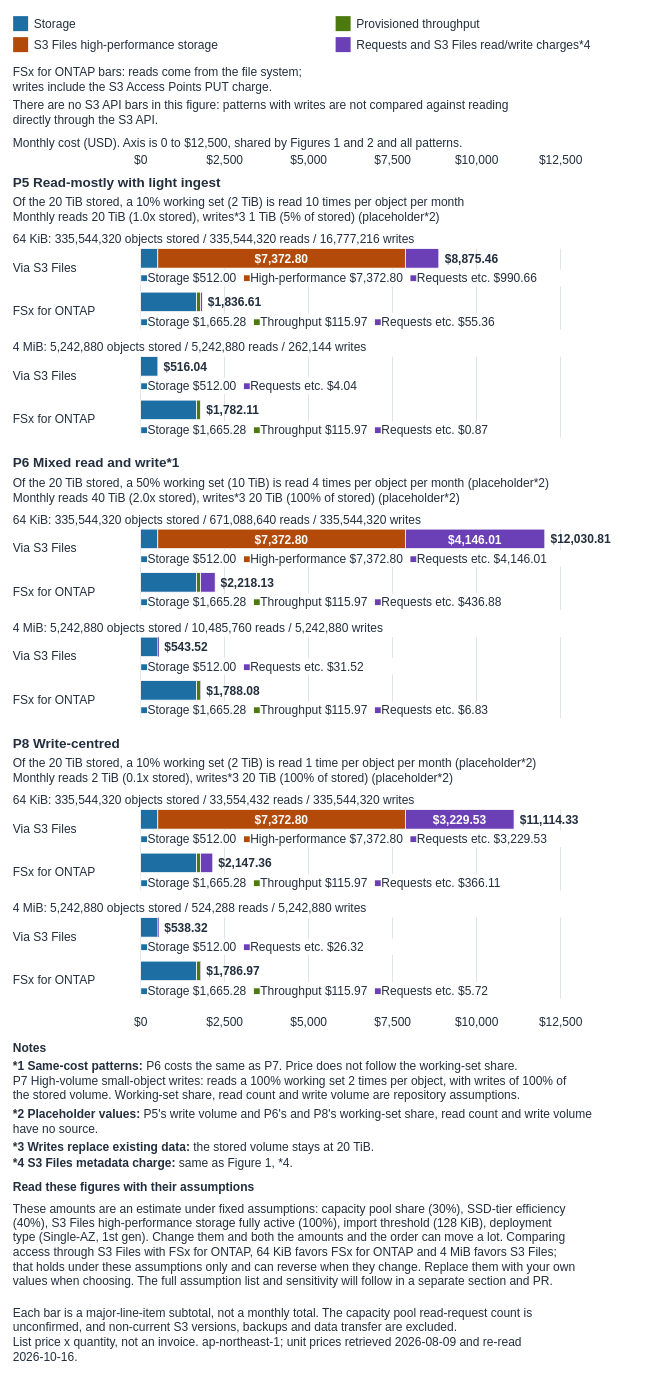
Yoshiki0705/S3-Burst-on-ONTAP-Files keeps this draw.io diagram as docs/_assets/diagrams/s3burst-s3files-cost-structure-writes-en.drawio. Above is the earlier version. Source tidied: cells renumbered, new cells numbered last; positions are measured from the earlier drawing's top-left corner, leaving out a move shared by most shapes. Both pictures are drawn from the tidied source at 75%, with x=0, y=0 at pixel (13, 13).
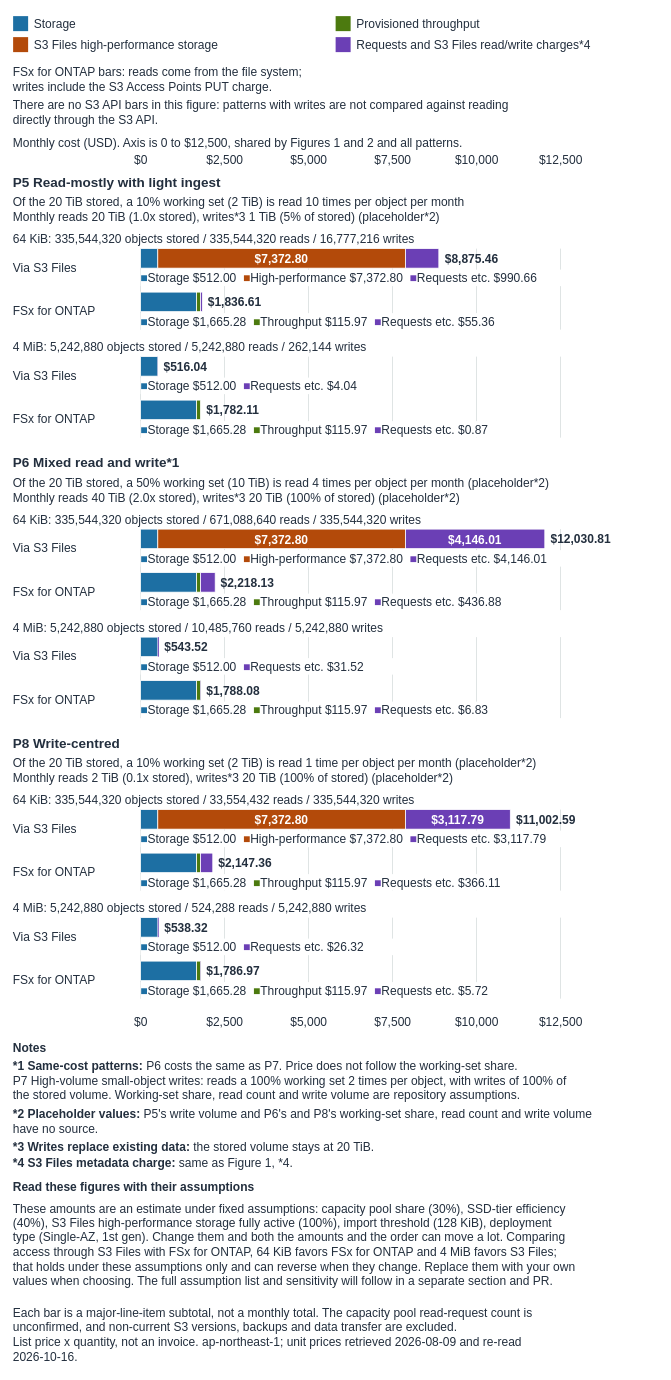
The same diagram, later.

The edit, as a diff of the source:
```diff
@@
-    <mxCell id="115" value="$3,229.53" style="rounded=0;whiteSpace=nowrap;html=0;fillColor=#6B3FB5;strokeColor=#FFFFFF;strokeWidth=1;fontSize=16;fontColor=#FFFFFF;fontStyle=1;align=center;verticalAlign=middle;" parent="1" vertex="1">
-      <mxGeometry x="523.2" y="1062" width="144.7" height="26" as="geometry" />
+    <mxCell id="115" value="$3,117.79" style="rounded=0;whiteSpace=nowrap;html=0;fillColor=#6B3FB5;strokeColor=#FFFFFF;strokeWidth=1;fontSize=16;fontColor=#FFFFFF;fontStyle=1;align=center;verticalAlign=middle;" parent="1" vertex="1">
+      <mxGeometry x="523.2" y="1062" width="139.7" height="26" as="geometry" />
     </mxCell>
-    <mxCell id="116" value="&lt;b&gt;$11,114.33&lt;/b&gt;" style="text;html=1;whiteSpace=nowrap;overflow=visible;align=left;verticalAlign=middle;spacing=0;spacingLeft=0;spacingRight=0;spacingTop=0;spacingBottom=0;fontSize=16;fontColor=#232F3E;fontStyle=1;" parent="1" vertex="1">
-      <mxGeometry x="675.9" y="1062" width="112" height="26" as="geometry" />
+    <mxCell id="116" value="&lt;b&gt;$11,002.59&lt;/b&gt;" style="text;html=1;whiteSpace=nowrap;overflow=visible;align=left;verticalAlign=middle;spacing=0;spacingLeft=0;spacingRight=0;spacingTop=0;spacingBottom=0;fontSize=16;fontColor=#232F3E;fontStyle=1;" parent="1" vertex="1">
+      <mxGeometry x="670.9" y="1062" width="112" height="26" as="geometry" />
     </mxCell>
-    <mxCell id="117" value="&lt;font color='#1D6FA3'&gt;■&lt;/font&gt;Storage $512.00&amp;nbsp;&amp;nbsp;&lt;font color='#B34A0A'&gt;■&lt;/font&gt;High-performance $7,372.80&amp;nbsp;&amp;nbsp;&lt;font color='#6B3FB5'&gt;■&lt;/font&gt;Requests etc. $3,229.53" style="text;html=1;whiteSpace=nowrap;overflow=visible;align=left;verticalAlign=middle;spacing=0;spacingLeft=0;spacingRight=0;spacingTop=0;spacingBottom=0;fontSize=16;fontColor=#232F3E;fontStyle=0;fillColor=#FFFFFF;strokeColor=none;" parent="1" vertex="1">
+    <mxCell id="117" value="&lt;font color='#1D6FA3'&gt;■&lt;/font&gt;Storage $512.00&amp;nbsp;&amp;nbsp;&lt;font color='#B34A0A'&gt;■&lt;/font&gt;High-performance $7,372.80&amp;nbsp;&amp;nbsp;&lt;font color='#6B3FB5'&gt;■&lt;/font&gt;Requests etc. $3,117.79" style="text;html=1;whiteSpace=nowrap;overflow=visible;align=left;verticalAlign=middle;spacing=0;spacingLeft=0;spacingRight=0;spacingTop=0;spacingBottom=0;fontSize=16;fontColor=#232F3E;fontStyle=0;fillColor=#FFFFFF;strokeColor=none;" parent="1" vertex="1">
       <mxGeometry x="170" y="1090" width="613.4" height="22" as="geometry" />
     </mxCell>
```
